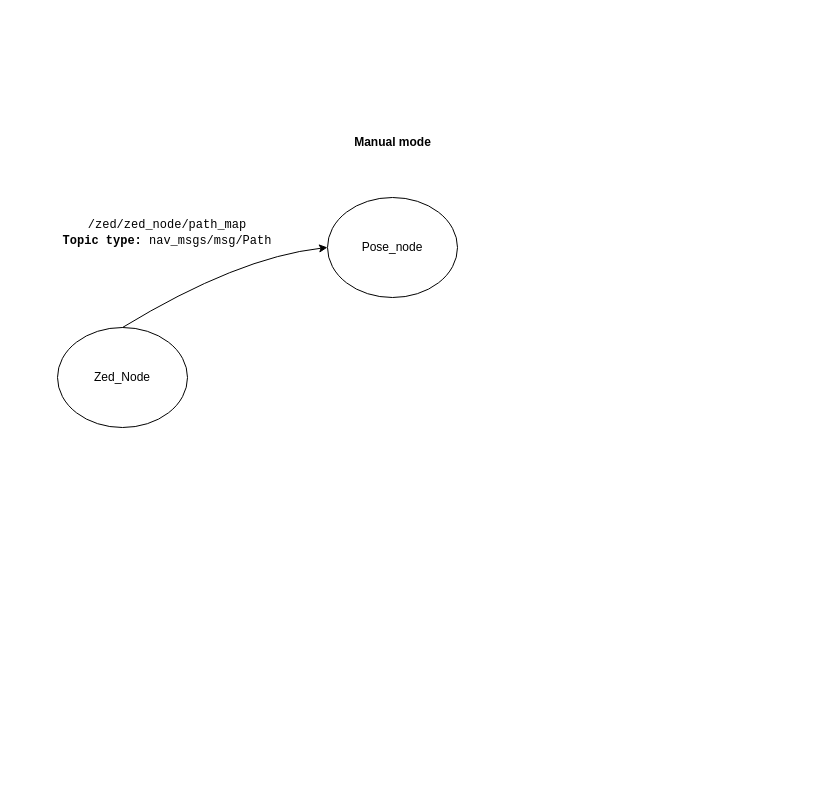
Before: Architecture.drawio in jcangaritan/Robot-hospitalario, a draw.io diagram. Source tidied: cells renumbered, new cells numbered last; positions are measured from the earlier drawing's top-left corner, leaving out a move shared by most shapes. Both pictures are drawn from the tidied source at 100%, with x=0, y=0 at pixel (37, 117).
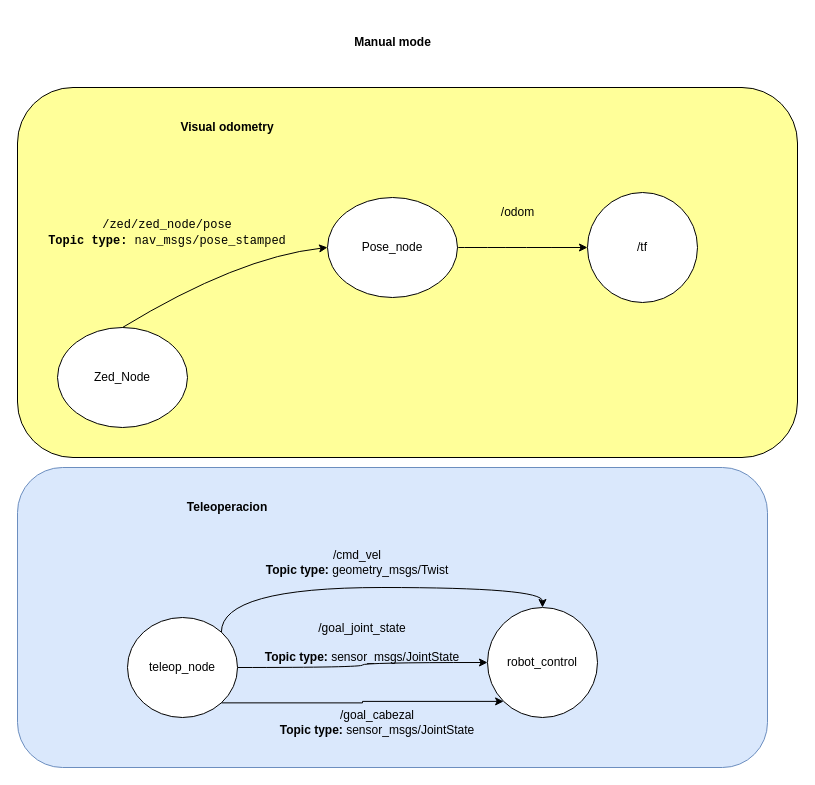
The same page after the edit.

Diff of the diagram source:
```diff
@@
+    <mxCell id="7" style="rounded=1;whiteSpace=wrap;html=1;fillColor=#dae8fc;strokeColor=#6c8ebf;" parent="1" vertex="1">
+      <mxGeometry x="-20" y="350" width="750" height="300" as="geometry" />
+    </mxCell>
+    <mxCell id="8" style="rounded=1;whiteSpace=wrap;html=1;fillColor=#FFFF99;" parent="1" vertex="1">
+      <mxGeometry x="-20" y="-30" width="780" height="370" as="geometry" />
+    </mxCell>
@@
+    <mxCell id="9" style="edgeStyle=orthogonalEdgeStyle;rounded=0;jettySize=auto;html=1;curved=1;" parent="1" edge="1" target="10">
+      <mxGeometry relative="1" as="geometry">
+        <mxPoint x="419" y="130" as="sourcePoint" />
+        <Array as="points">
+          <mxPoint x="629" y="130" />
+          <mxPoint x="629" y="145" />
+        </Array>
+      </mxGeometry>
+    </mxCell>
@@
-    <mxCell id="5" value="&lt;div&gt;&lt;code&gt;/zed/zed_node/path_map&lt;/code&gt;&lt;/div&gt;&lt;div&gt;&lt;code&gt;&lt;b&gt;Topic type: &lt;/b&gt;nav_msgs/msg/Path&lt;br&gt;&lt;/code&gt;&lt;/div&gt;" style="text;html=1;align=center;verticalAlign=middle;whiteSpace=wrap;rounded=0;" parent="1" vertex="1">
+    <mxCell id="5" value="&lt;div&gt;&lt;code&gt;/zed/zed_node/pose&lt;/code&gt;&lt;/div&gt;&lt;div&gt;&lt;code&gt;&lt;b&gt;Topic type: &lt;/b&gt;nav_msgs/pose_stamped&lt;br&gt;&lt;/code&gt;&lt;/div&gt;" style="text;html=1;align=center;verticalAlign=middle;whiteSpace=wrap;rounded=0;" parent="1" vertex="1">
       <mxGeometry y="70" width="260" height="90" as="geometry" />
     </mxCell>
     <mxCell id="6" value="&lt;b&gt;Manual mode&lt;br&gt;&lt;/b&gt;" style="text;html=1;align=center;verticalAlign=middle;whiteSpace=wrap;rounded=0;" parent="1" vertex="1">
-      <mxGeometry x="297.5" width="115" height="50" as="geometry" />
+      <mxGeometry x="297.5" y="-100" width="115" height="50" as="geometry" />
     </mxCell>
+    <mxCell id="10" value="/tf" style="ellipse;whiteSpace=wrap;html=1;" parent="1" vertex="1">
+      <mxGeometry x="550" y="75" width="110" height="110" as="geometry" />
+    </mxCell>
+    <mxCell id="11" value="/odom" style="text;html=1;align=center;verticalAlign=middle;strokeColor=none;fillColor=none;" parent="1" vertex="1">
+      <mxGeometry x="450" y="80" width="60" height="30" as="geometry" />
+    </mxCell>
+    <mxCell id="12" value="&lt;b&gt;Visual odometry&lt;br&gt;&lt;/b&gt;" style="text;html=1;align=center;verticalAlign=middle;whiteSpace=wrap;rounded=0;" parent="1" vertex="1">
+      <mxGeometry x="110" y="-20" width="160" height="60" as="geometry" />
+    </mxCell>
+    <mxCell id="13" style="edgeStyle=orthogonalEdgeStyle;rounded=0;jettySize=auto;html=1;curved=1;exitX=1;exitY=0.5;exitDx=0;exitDy=0;" parent="1" edge="1" source="16" target="17">
+      <mxGeometry relative="1" as="geometry" />
+    </mxCell>
+    <mxCell id="14" style="edgeStyle=orthogonalEdgeStyle;rounded=0;jettySize=auto;html=1;exitX=1;exitY=1;exitDx=0;exitDy=0;entryX=0;entryY=1;entryDx=0;entryDy=0;" parent="1" edge="1" source="16" target="17">
+      <mxGeometry relative="1" as="geometry" />
+    </mxCell>
+    <mxCell id="15" style="edgeStyle=orthogonalEdgeStyle;rounded=0;jettySize=auto;html=1;exitX=1;exitY=0;exitDx=0;exitDy=0;entryX=0.5;entryY=0;entryDx=0;entryDy=0;curved=1;" parent="1" edge="1" source="16" target="17">
+      <mxGeometry relative="1" as="geometry">
+        <Array as="points">
+          <mxPoint x="184" y="470" />
+          <mxPoint x="505" y="470" />
+        </Array>
+      </mxGeometry>
+    </mxCell>
+    <mxCell id="16" value="teleop_node" style="ellipse;whiteSpace=wrap;html=1;" parent="1" vertex="1">
+      <mxGeometry x="90" y="500" width="110" height="100" as="geometry" />
+    </mxCell>
+    <mxCell id="17" value="robot_control" style="ellipse;whiteSpace=wrap;html=1;" parent="1" vertex="1">
+      <mxGeometry x="450" y="490" width="110" height="110" as="geometry" />
+    </mxCell>
+    <mxCell id="18" value="&lt;div&gt;/cmd_vel&lt;/div&gt;&lt;div&gt;&lt;b&gt;Topic type: &lt;/b&gt;geometry_msgs/Twist&lt;br&gt;&lt;/div&gt;" style="text;html=1;align=center;verticalAlign=middle;whiteSpace=wrap;rounded=0;" parent="1" vertex="1">
+      <mxGeometry x="210" y="420" width="220" height="50" as="geometry" />
+    </mxCell>
+    <mxCell id="19" value="&lt;div&gt;/goal_joint_state&lt;/div&gt;&lt;div&gt;&lt;br&gt;&lt;/div&gt;&lt;div&gt;&lt;b&gt;Topic type: &lt;/b&gt;sensor_msgs/JointState&lt;br&gt;&lt;/div&gt;" style="text;html=1;align=center;verticalAlign=middle;whiteSpace=wrap;rounded=0;" parent="1" vertex="1">
+      <mxGeometry x="220" y="500" width="210" height="50" as="geometry" />
+    </mxCell>
+    <mxCell id="20" value="&lt;div&gt;/goal_cabezal&lt;/div&gt;&lt;div&gt;&lt;b&gt;Topic type: &lt;/b&gt;sensor_msgs/JointState&lt;br&gt;&lt;/div&gt;" style="text;html=1;align=center;verticalAlign=middle;whiteSpace=wrap;rounded=0;" parent="1" vertex="1">
+      <mxGeometry x="220" y="590" width="240" height="30" as="geometry" />
+    </mxCell>
+    <mxCell id="21" value="&lt;b&gt;Teleoperacion&lt;/b&gt;" style="text;html=1;align=center;verticalAlign=middle;whiteSpace=wrap;rounded=0;" parent="1" vertex="1">
+      <mxGeometry x="110" y="360" width="160" height="60" as="geometry" />
+    </mxCell>
```
